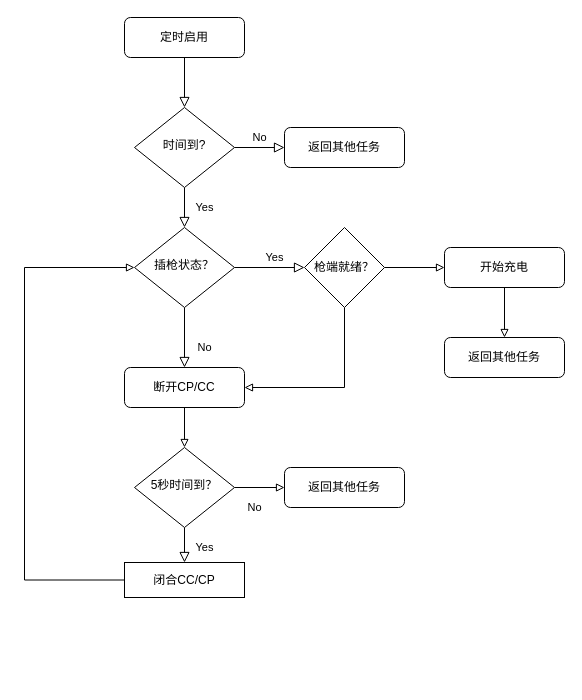
Above: Untitled Diagram.drawio in fenglong2018/7KW (draw.io), before the change. Source tidied: cells renumbered, new cells numbered last; positions are measured from the earlier drawing's top-left corner, leaving out a move shared by most shapes. Both pictures are drawn from the tidied source at 100%, with x=0, y=0 at pixel (24, 17).
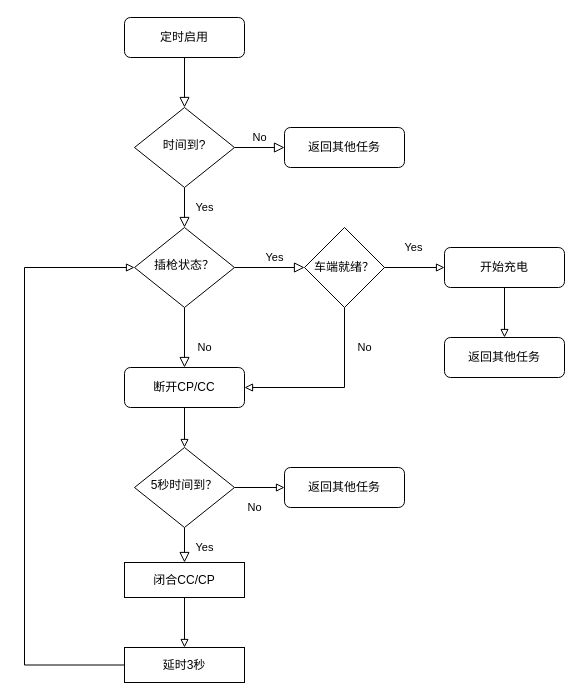
The same page after the edit.

Unchanged cells that the change refers to:
```xml
<mxCell id="10" value="插枪状态？" style="rhombus;whiteSpace=wrap;html=1;shadow=0;fontFamily=Helvetica;fontSize=12;align=center;strokeWidth=1;spacing=6;spacingTop=-4;" parent="1" vertex="1">
  <mxGeometry x="110" y="210" width="100" height="80" as="geometry" />
</mxCell>
<mxCell id="12" value="断开CP/CC" style="rounded=1;whiteSpace=wrap;html=1;fontSize=12;glass=0;strokeWidth=1;shadow=0;perimeter=rectanglePerimeter;" parent="1" vertex="1">
  <mxGeometry x="100" y="350" width="120" height="40" as="geometry" />
</mxCell>
<mxCell id="17" value="开始充电" style="rounded=1;whiteSpace=wrap;html=1;fontSize=12;glass=0;strokeWidth=1;shadow=0;" parent="1" vertex="1">
  <mxGeometry x="420" y="230" width="120" height="40" as="geometry" />
</mxCell>
<mxCell id="22" value="闭合CC/CP" style="rounded=0;whiteSpace=wrap;html=1;" parent="1" vertex="1">
  <mxGeometry x="100" y="545" width="120" height="35" as="geometry" />
</mxCell>
```

Diff of the diagram source:
```diff
@@
-    <mxCell id="13" style="edgeStyle=orthogonalEdgeStyle;rounded=0;jettySize=auto;html=1;endArrow=block;endFill=0;" parent="1" edge="1" source="15" target="17">
-      <mxGeometry relative="1" as="geometry" />
+    <mxCell id="13" value="Yes" style="edgeStyle=orthogonalEdgeStyle;rounded=0;jettySize=auto;html=1;endArrow=block;endFill=0;" parent="1" edge="1" source="15" target="17">
+      <mxGeometry y="20" relative="1" as="geometry">
+        <mxPoint x="-1" as="offset" />
+      </mxGeometry>
     </mxCell>
-    <mxCell id="14" style="edgeStyle=orthogonalEdgeStyle;rounded=0;jettySize=auto;html=1;exitX=0.5;exitY=1;exitDx=0;exitDy=0;entryX=1;entryY=0.5;entryDx=0;entryDy=0;endArrow=block;endFill=0;" parent="1" edge="1" source="15" target="12">
-      <mxGeometry relative="1" as="geometry" />
+    <mxCell id="14" value="No" style="edgeStyle=orthogonalEdgeStyle;rounded=0;jettySize=auto;html=1;exitX=0.5;exitY=1;exitDx=0;exitDy=0;entryX=1;entryY=0.5;entryDx=0;entryDy=0;endArrow=block;endFill=0;" parent="1" edge="1" source="15" target="12">
+      <mxGeometry x="-0.56" y="20" relative="1" as="geometry" />
     </mxCell>
-    <mxCell id="15" value="枪端就绪？" style="rhombus;whiteSpace=wrap;html=1;" parent="1" vertex="1">
+    <mxCell id="15" value="车端就绪？" style="rhombus;whiteSpace=wrap;html=1;" parent="1" vertex="1">
       <mxGeometry x="280" y="210" width="80" height="80" as="geometry" />
     </mxCell>
@@
-    <mxCell id="21" style="edgeStyle=orthogonalEdgeStyle;rounded=0;jettySize=auto;html=1;entryX=0;entryY=0.5;entryDx=0;entryDy=0;endArrow=block;endFill=0;" parent="1" edge="1" source="22" target="10">
+    <mxCell id="21" style="edgeStyle=orthogonalEdgeStyle;rounded=0;jettySize=auto;html=1;entryX=0;entryY=0.5;entryDx=0;entryDy=0;endArrow=block;endFill=0;exitX=0;exitY=0.5;exitDx=0;exitDy=0;" parent="1" edge="1" source="26" target="10">
       <mxGeometry relative="1" as="geometry">
         <Array as="points">
-          <mxPoint y="563" />
+          <mxPoint y="648" />
           <mxPoint y="250" />
         </Array>
       </mxGeometry>
     </mxCell>
+    <mxCell id="25" style="edgeStyle=orthogonalEdgeStyle;rounded=0;jettySize=auto;html=1;endArrow=block;endFill=0;" parent="1" edge="1" source="22" target="26">
+      <mxGeometry relative="1" as="geometry" />
+    </mxCell>
@@
+    <mxCell id="26" value="延时3秒" style="rounded=0;whiteSpace=wrap;html=1;" parent="1" vertex="1">
+      <mxGeometry x="100" y="630" width="120" height="35" as="geometry" />
+    </mxCell>
```
